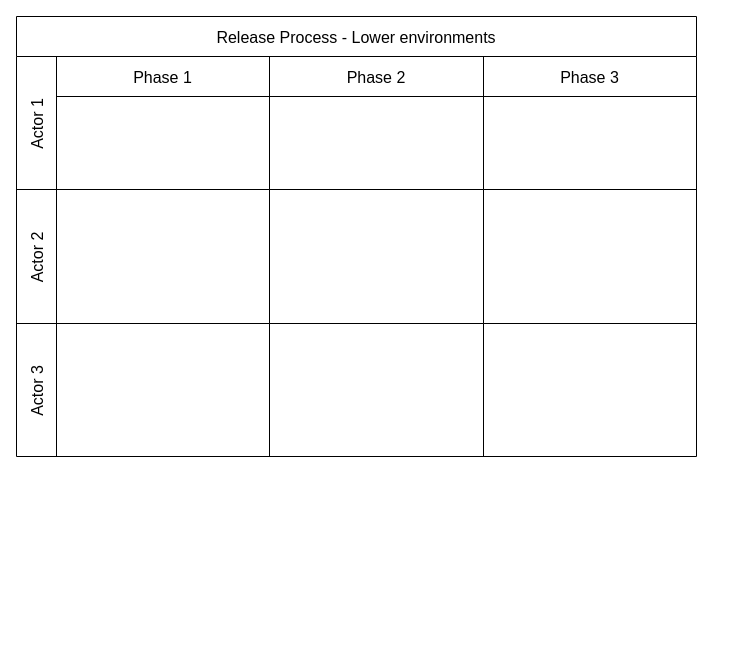
This is Release process.drawio from prasad-gsk-IBM/myibmrepo-prasad, a draw.io file, before an edit. Source tidied: cells renumbered, new cells numbered last; positions are measured from the earlier drawing's top-left corner, leaving out a move shared by most shapes. Both pictures are drawn from the tidied source at 100%, with x=0, y=0 at pixel (16, 16).
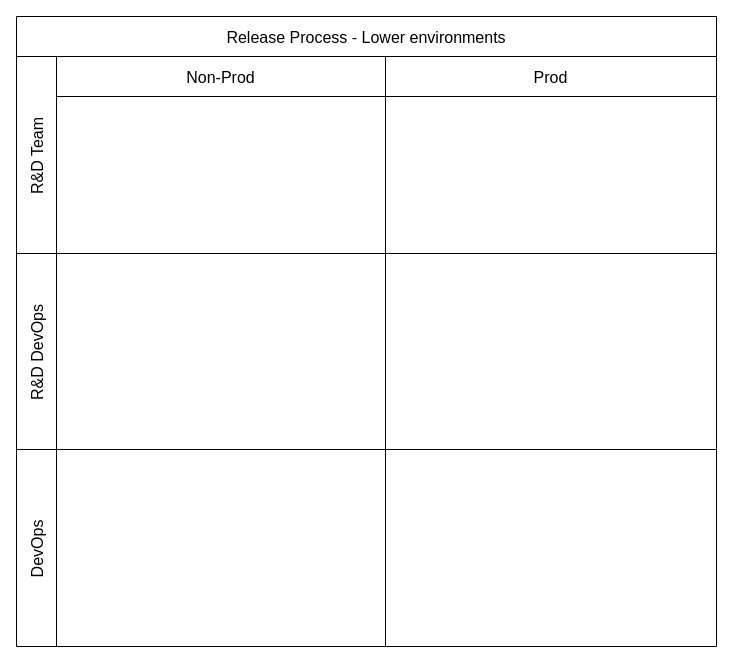
Above is the later version.

The edit, as a diff of the source:
```diff
@@
 <mxGraphModel>
   <root>
     <mxCell id="0" />
     <mxCell id="1" parent="0" />
     <mxCell id="2" value="Release Process - Lower environments" style="shape=table;childLayout=tableLayout;startSize=40;fontSize=16;" parent="1" vertex="1">
-      <mxGeometry width="680" height="440" as="geometry" />
+      <mxGeometry width="700" height="630" as="geometry" />
     </mxCell>
-    <mxCell id="3" value="Actor 1" style="shape=tableRow;horizontal=0;swimlaneHead=0;swimlaneBody=0;top=0;left=0;strokeColor=inherit;bottom=0;right=0;fontStyle=0;fillColor=none;startSize=40;fontSize=16;" parent="2" vertex="1">
-      <mxGeometry y="40" width="680" height="133" as="geometry" />
+    <mxCell id="3" value="R&amp;D Team" style="shape=tableRow;horizontal=0;swimlaneHead=0;swimlaneBody=0;top=0;left=0;strokeColor=inherit;bottom=0;right=0;fontStyle=0;fillColor=none;startSize=40;fontSize=16;flipV=0;flipH=0;" parent="2" vertex="1">
+      <mxGeometry y="40" width="700" height="197" as="geometry" />
     </mxCell>
-    <mxCell id="4" value="Phase 1" style="swimlane;swimlaneHead=0;swimlaneBody=0;fontStyle=0;strokeColor=inherit;fillColor=none;startSize=40;fontSize=16;" parent="3" vertex="1">
-      <mxGeometry x="40" width="213" height="133" as="geometry" />
+    <mxCell id="4" value="Non-Prod" style="swimlane;swimlaneHead=0;swimlaneBody=0;fontStyle=0;strokeColor=inherit;fillColor=none;startSize=40;fontSize=16;" parent="3" vertex="1">
+      <mxGeometry x="40" width="329" height="197" as="geometry" />
     </mxCell>
-    <mxCell id="5" value="Phase 2" style="swimlane;swimlaneHead=0;swimlaneBody=0;fontStyle=0;strokeColor=inherit;fillColor=none;startSize=40;fontSize=16;" parent="3" vertex="1">
-      <mxGeometry x="253" width="214" height="133" as="geometry" />
+    <mxCell id="5" value="Prod" style="swimlane;swimlaneHead=0;swimlaneBody=0;fontStyle=0;strokeColor=inherit;fillColor=none;startSize=40;fontSize=16;" parent="3" vertex="1">
+      <mxGeometry x="369" width="331" height="197" as="geometry" />
     </mxCell>
-    <mxCell id="6" value="Phase 3" style="swimlane;swimlaneHead=0;swimlaneBody=0;fontStyle=0;strokeColor=inherit;fillColor=none;startSize=40;fontSize=16;" parent="3" vertex="1">
-      <mxGeometry x="467" width="213" height="133" as="geometry" />
-    </mxCell>
-    <mxCell id="7" value="Actor 2" style="shape=tableRow;horizontal=0;swimlaneHead=0;swimlaneBody=0;top=0;left=0;strokeColor=inherit;bottom=0;right=0;fontStyle=0;fillColor=none;startSize=40;fontSize=16;" parent="2" vertex="1">
-      <mxGeometry y="173" width="680" height="134" as="geometry" />
+    <mxCell id="7" value="R&amp;D DevOps" style="shape=tableRow;horizontal=0;swimlaneHead=0;swimlaneBody=0;top=0;left=0;strokeColor=inherit;bottom=0;right=0;fontStyle=0;fillColor=none;startSize=40;fontSize=16;flipV=0;flipH=0;" parent="2" vertex="1">
+      <mxGeometry y="237" width="700" height="196" as="geometry" />
     </mxCell>
     <mxCell id="8" style="swimlane;swimlaneHead=0;swimlaneBody=0;fontStyle=0;strokeColor=inherit;fillColor=none;startSize=0;fontSize=16;" parent="7" vertex="1">
-      <mxGeometry x="40" width="213" height="134" as="geometry" />
+      <mxGeometry x="40" width="329" height="196" as="geometry" />
     </mxCell>
     <mxCell id="9" style="swimlane;swimlaneHead=0;swimlaneBody=0;fontStyle=0;strokeColor=inherit;fillColor=none;startSize=0;fontSize=16;" parent="7" vertex="1">
-      <mxGeometry x="253" width="214" height="134" as="geometry" />
+      <mxGeometry x="369" width="331" height="196" as="geometry" />
     </mxCell>
-    <mxCell id="10" style="swimlane;swimlaneHead=0;swimlaneBody=0;fontStyle=0;strokeColor=inherit;fillColor=none;startSize=0;fontSize=16;" parent="7" vertex="1">
-      <mxGeometry x="467" width="213" height="134" as="geometry" />
-    </mxCell>
-    <mxCell id="11" value="Actor 3" style="shape=tableRow;horizontal=0;swimlaneHead=0;swimlaneBody=0;top=0;left=0;strokeColor=inherit;bottom=0;right=0;fontStyle=0;fillColor=none;startSize=40;fontSize=16;" parent="2" vertex="1">
-      <mxGeometry y="307" width="680" height="133" as="geometry" />
+    <mxCell id="11" value="DevOps" style="shape=tableRow;horizontal=0;swimlaneHead=0;swimlaneBody=0;top=0;left=0;strokeColor=inherit;bottom=0;right=0;fontStyle=0;fillColor=none;startSize=40;fontSize=16;flipV=0;flipH=0;" parent="2" vertex="1">
+      <mxGeometry y="433" width="700" height="197" as="geometry" />
     </mxCell>
     <mxCell id="12" style="swimlane;swimlaneHead=0;swimlaneBody=0;fontStyle=0;strokeColor=inherit;fillColor=none;startSize=0;fontSize=16;" parent="11" vertex="1">
-      <mxGeometry x="40" width="213" height="133" as="geometry" />
+      <mxGeometry x="40" width="329" height="197" as="geometry" />
     </mxCell>
     <mxCell id="13" style="swimlane;swimlaneHead=0;swimlaneBody=0;fontStyle=0;strokeColor=inherit;fillColor=none;startSize=0;fontSize=16;" parent="11" vertex="1">
-      <mxGeometry x="253" width="214" height="133" as="geometry" />
+      <mxGeometry x="369" width="331" height="197" as="geometry" />
     </mxCell>
-    <mxCell id="14" style="swimlane;swimlaneHead=0;swimlaneBody=0;fontStyle=0;strokeColor=inherit;fillColor=none;startSize=0;fontSize=16;" parent="11" vertex="1">
-      <mxGeometry x="467" width="213" height="133" as="geometry" />
-    </mxCell>
   </root>
 </mxGraphModel>
```
